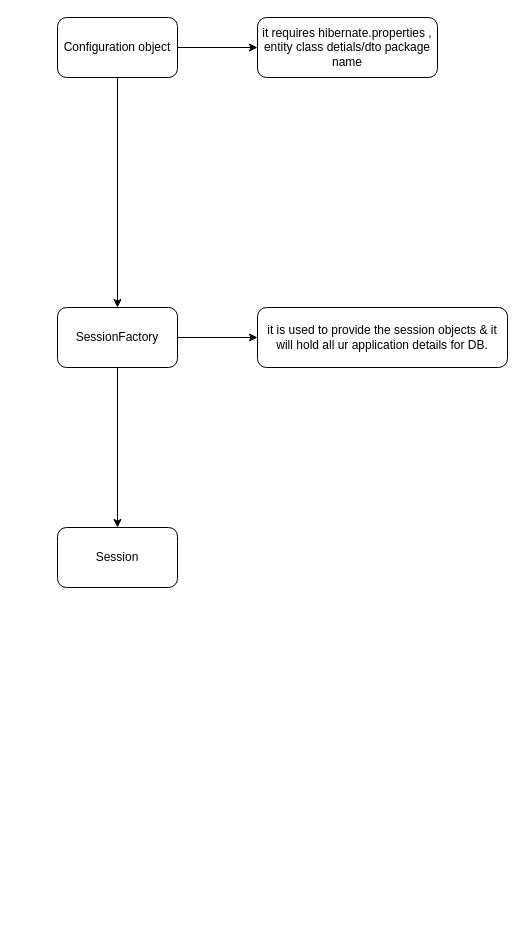
Before: page "Hibernate" (11 of 11) of Untitled Diagram.drawio in abhinandanchivate/landisgyrNotes, a draw.io diagram. Source tidied: cells renumbered, new cells numbered last; positions are measured from the earlier drawing's top-left corner, leaving out a move shared by most shapes. Both pictures are drawn from the tidied source at 100%, with x=0, y=0 at pixel (57, 17).
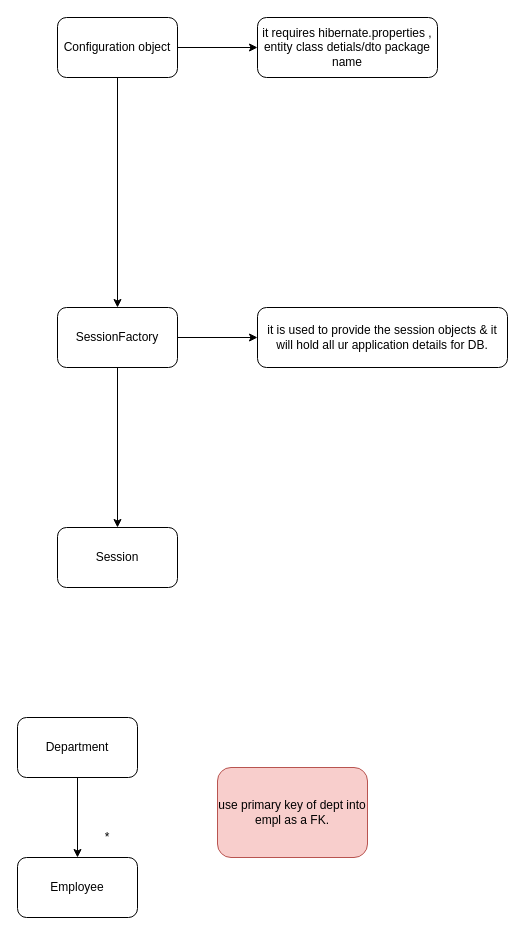
After the change.

The edit, as a diff of the source:
```diff
@@
 <mxGraphModel>
   <root>
     <mxCell id="0" />
     <mxCell id="1" parent="0" />
     <mxCell id="2" value="Session" style="rounded=1;whiteSpace=wrap;html=1;" parent="1" vertex="1">
       <mxGeometry y="510" width="120" height="60" as="geometry" />
     </mxCell>
     <mxCell id="3" style="edgeStyle=orthogonalEdgeStyle;rounded=0;jettySize=auto;html=1;entryX=0.5;entryY=0;entryDx=0;entryDy=0;" parent="1" edge="1" source="5" target="2">
       <mxGeometry relative="1" as="geometry" />
     </mxCell>
     <mxCell id="4" style="edgeStyle=orthogonalEdgeStyle;rounded=0;jettySize=auto;html=1;" parent="1" edge="1" source="5" target="10">
       <mxGeometry relative="1" as="geometry" />
     </mxCell>
     <mxCell id="5" value="SessionFactory" style="rounded=1;whiteSpace=wrap;html=1;" parent="1" vertex="1">
       <mxGeometry y="290" width="120" height="60" as="geometry" />
     </mxCell>
     <mxCell id="6" style="edgeStyle=orthogonalEdgeStyle;rounded=0;jettySize=auto;html=1;" parent="1" edge="1" source="8" target="9">
       <mxGeometry relative="1" as="geometry" />
     </mxCell>
     <mxCell id="7" style="edgeStyle=orthogonalEdgeStyle;rounded=0;jettySize=auto;html=1;entryX=0.5;entryY=0;entryDx=0;entryDy=0;" parent="1" edge="1" source="8" target="5">
       <mxGeometry relative="1" as="geometry" />
     </mxCell>
     <mxCell id="8" value="Configuration object" style="rounded=1;whiteSpace=wrap;html=1;" parent="1" vertex="1">
       <mxGeometry width="120" height="60" as="geometry" />
     </mxCell>
     <mxCell id="9" value="it requires hibernate.properties , entity class detials/dto package name" style="whiteSpace=wrap;html=1;rounded=1;" parent="1" vertex="1">
       <mxGeometry x="200" width="180" height="60" as="geometry" />
     </mxCell>
     <mxCell id="10" value="it is used to provide the session objects &amp;amp; it will hold all ur application details for DB." style="whiteSpace=wrap;html=1;rounded=1;" parent="1" vertex="1">
       <mxGeometry x="200" y="290" width="250" height="60" as="geometry" />
     </mxCell>
+    <mxCell id="11" style="edgeStyle=orthogonalEdgeStyle;rounded=0;jettySize=auto;html=1;" parent="1" edge="1" source="12" target="13">
+      <mxGeometry relative="1" as="geometry" />
+    </mxCell>
+    <mxCell id="12" value="Department" style="rounded=1;whiteSpace=wrap;html=1;" parent="1" vertex="1">
+      <mxGeometry x="-40" y="700" width="120" height="60" as="geometry" />
+    </mxCell>
+    <mxCell id="13" value="Employee" style="whiteSpace=wrap;html=1;rounded=1;" parent="1" vertex="1">
+      <mxGeometry x="-40" y="840" width="120" height="60" as="geometry" />
+    </mxCell>
+    <mxCell id="14" value="use primary key of dept into empl as a FK." style="rounded=1;whiteSpace=wrap;html=1;fillColor=#f8cecc;strokeColor=#b85450;" parent="1" vertex="1">
+      <mxGeometry x="160" y="750" width="150" height="90" as="geometry" />
+    </mxCell>
+    <mxCell id="15" value="*" style="text;html=1;strokeColor=none;fillColor=none;align=center;verticalAlign=middle;whiteSpace=wrap;rounded=0;" parent="1" vertex="1">
+      <mxGeometry x="30" y="810" width="40" height="20" as="geometry" />
+    </mxCell>
   </root>
 </mxGraphModel>
```
